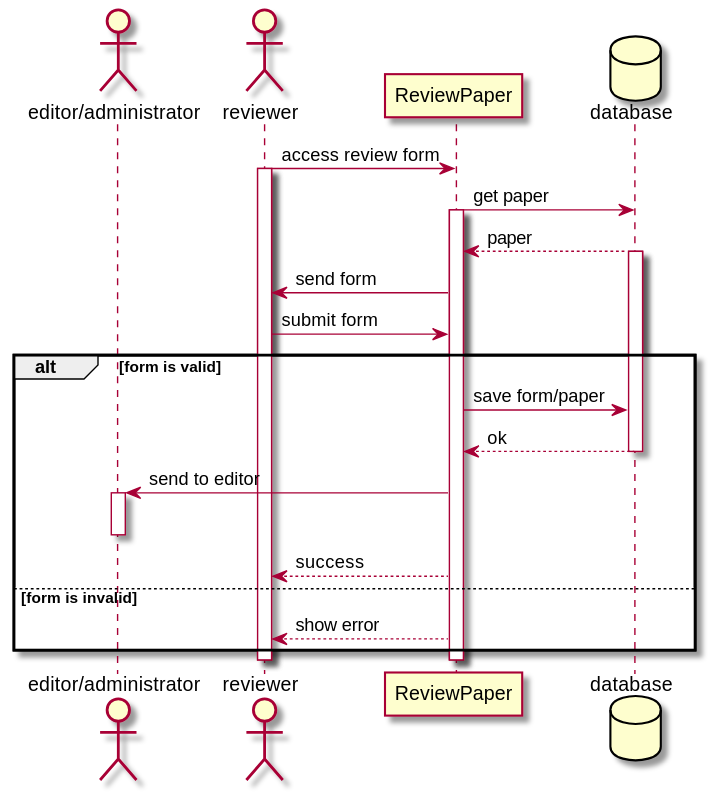
Before: lab/lab3/sequence.svg, a diagram exported from PlantUML (Arunscape/ECE493).
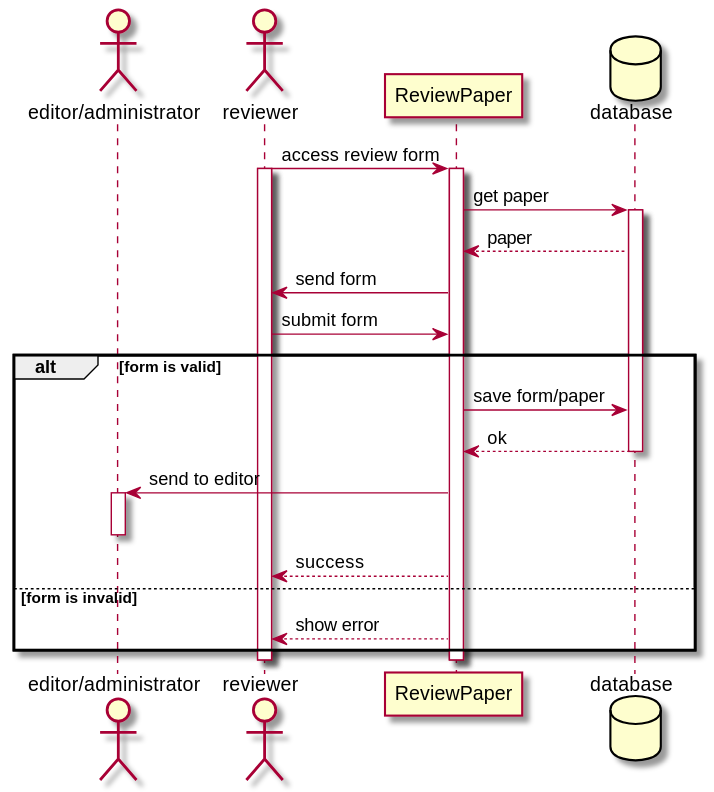
Later version of the same file.

Commit message:
done one activity diagram

Change to the diagram source:
```diff
@@ -8,10 +8,10 @@
 reviewer -> ReviewPaper : access review form
 activate reviewer
 
+activate ReviewPaper
 ReviewPaper -> db : get paper
-activate ReviewPaper
+activate db
 ReviewPaper <-- db : paper
-activate db
 reviewer <- ReviewPaper : send form
 reviewer -> ReviewPaper : submit form
 
```
